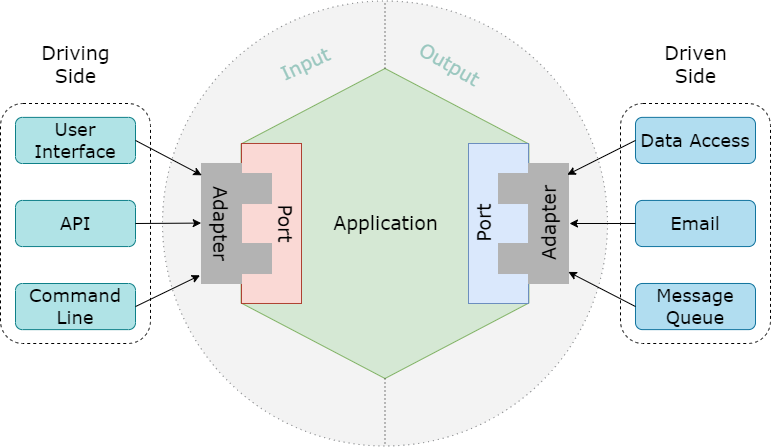
Earlier version of the draw.io export pic/六边形架构.drawio.png (guxdong/imgrepo). Source tidied: cells renumbered, new cells last; positions are measured from the earlier drawing's top-left corner, leaving out a move shared by most shapes. Source of this version:
```xml
<mxGraphModel>
  <root>
    <mxCell id="0" />
    <mxCell id="1" parent="0" />
    <mxCell id="2" style="rounded=1;whiteSpace=wrap;html=1;fillColor=none;dashed=1;" parent="1" vertex="1">
      <mxGeometry y="103" width="150" height="240" as="geometry" />
    </mxCell>
    <mxCell id="3" style="rounded=1;whiteSpace=wrap;html=1;fillColor=none;dashed=1;" parent="1" vertex="1">
      <mxGeometry x="620" y="103" width="150" height="240" as="geometry" />
    </mxCell>
    <mxCell id="4" style="ellipse;whiteSpace=wrap;html=1;fillColor=#eeeeee;strokeColor=#36393d;dashed=1;dashPattern=1 4;opacity=70;fontSize=19;fontStyle=0;fontFamily=Verdana;" parent="1" vertex="1">
      <mxGeometry x="162" y="0.5" width="445" height="445" as="geometry" />
    </mxCell>
    <mxCell id="5" style="shape=hexagon;perimeter=hexagonPerimeter2;whiteSpace=wrap;html=1;fixedSize=1;size=75.5;rotation=90;fillColor=#d5e8d4;strokeColor=#82b366;fontSize=19;fontStyle=0;fontFamily=Verdana;" parent="1" vertex="1">
      <mxGeometry x="229.5" y="79.1" width="310" height="287.8" as="geometry" />
    </mxCell>
    <mxCell id="6" style="endArrow=none;dashed=1;html=1;dashPattern=1 3;strokeWidth=1;rounded=0;entryX=0.5;entryY=0;entryDx=0;entryDy=0;exitX=0;exitY=0.5;exitDx=0;exitDy=0;fontSize=19;fontStyle=0;fontFamily=Verdana;" parent="1" edge="1" source="5" target="4">
      <mxGeometry relative="1" as="geometry" />
    </mxCell>
    <mxCell id="7" style="endArrow=none;dashed=1;html=1;dashPattern=1 3;strokeWidth=1;rounded=0;exitX=1;exitY=0.5;exitDx=0;exitDy=0;entryX=0.5;entryY=1;entryDx=0;entryDy=0;fontSize=19;fontStyle=0;fontFamily=Verdana;" parent="1" edge="1" source="5" target="4">
      <mxGeometry relative="1" as="geometry" />
    </mxCell>
    <mxCell id="8" style="rounded=0;whiteSpace=wrap;html=1;fillColor=#fad9d5;strokeColor=#ae4132;fontSize=19;fontStyle=0;fontFamily=Verdana;" parent="1" vertex="1">
      <mxGeometry x="241" y="143" width="60" height="160" as="geometry" />
    </mxCell>
    <mxCell id="9" style="group;fillColor=none;glass=1;fontSize=19;fontStyle=0;fontFamily=Verdana;" parent="1" vertex="1">
      <mxGeometry x="201" y="163" width="119" height="120" as="geometry" />
    </mxCell>
    <mxCell id="10" style="rounded=0;whiteSpace=wrap;html=1;fillColor=#B3B3B3;strokeColor=#B3B3B3;fontSize=19;fontStyle=0;fontFamily=Verdana;" parent="9" vertex="1">
      <mxGeometry x="40" y="10" width="30" height="30" as="geometry" />
    </mxCell>
    <mxCell id="11" style="rounded=0;whiteSpace=wrap;html=1;fillColor=#B3B3B3;strokeColor=#B3B3B3;fontSize=19;fontStyle=0;fontFamily=Verdana;" parent="9" vertex="1">
      <mxGeometry width="40" height="120" as="geometry" />
    </mxCell>
    <mxCell id="12" style="rounded=0;whiteSpace=wrap;html=1;fillColor=#B3B3B3;strokeColor=#B3B3B3;fontSize=19;fontStyle=0;fontFamily=Verdana;" parent="9" vertex="1">
      <mxGeometry x="40" y="80" width="30" height="30" as="geometry" />
    </mxCell>
    <mxCell id="13" value="Adapter" style="text;html=1;align=center;verticalAlign=middle;points=[];strokeColor=none;fillColor=none;rotation=90;fontSize=19;fontStyle=0;fontFamily=Verdana;" parent="9" vertex="1">
      <mxGeometry x="-31" y="40" width="100" height="40" as="geometry" />
    </mxCell>
    <mxCell id="14" value="Port" style="text;html=1;align=center;verticalAlign=middle;strokeColor=none;fillColor=none;rotation=90;fontSize=19;fontStyle=0;fontFamily=Verdana;" parent="9" vertex="1">
      <mxGeometry x="54" y="40" width="60" height="40" as="geometry" />
    </mxCell>
    <mxCell id="15" style="group;rotation=-180;fontSize=19;fontStyle=0;fontFamily=Verdana;" parent="1" vertex="1">
      <mxGeometry x="468" y="143" width="136" height="160" as="geometry" />
    </mxCell>
    <mxCell id="16" style="rounded=0;whiteSpace=wrap;html=1;fillColor=#dae8fc;strokeColor=#6c8ebf;fontSize=19;direction=west;rotation=-180;fontStyle=0;fontFamily=Verdana;" parent="15" vertex="1">
      <mxGeometry width="60" height="160" as="geometry" />
    </mxCell>
    <mxCell id="17" style="group;fillColor=none;glass=1;fontSize=19;direction=west;rotation=-180;fontStyle=0;fontFamily=Verdana;" parent="15" vertex="1">
      <mxGeometry x="30" y="20" width="106" height="120" as="geometry" />
    </mxCell>
    <mxCell id="18" style="rounded=0;whiteSpace=wrap;html=1;fillColor=#B3B3B3;strokeColor=#B3B3B3;fontSize=19;direction=west;rotation=-180;fontStyle=0;fontFamily=Verdana;" parent="17" vertex="1">
      <mxGeometry y="80" width="30" height="30" as="geometry" />
    </mxCell>
    <mxCell id="19" style="rounded=0;whiteSpace=wrap;html=1;fillColor=#B3B3B3;strokeColor=#B3B3B3;fontSize=19;direction=west;rotation=-180;fontStyle=0;fontFamily=Verdana;" parent="17" vertex="1">
      <mxGeometry x="30" width="40" height="120" as="geometry" />
    </mxCell>
    <mxCell id="20" style="rounded=0;whiteSpace=wrap;html=1;fillColor=#B3B3B3;strokeColor=#B3B3B3;fontSize=19;direction=west;rotation=-180;fontStyle=0;fontFamily=Verdana;" parent="17" vertex="1">
      <mxGeometry y="10" width="30" height="30" as="geometry" />
    </mxCell>
    <mxCell id="21" value="Adapter" style="text;html=1;align=center;verticalAlign=middle;points=[];strokeColor=none;fillColor=none;rotation=-90;fontSize=19;fontStyle=0;fontFamily=Verdana;" parent="17" vertex="1">
      <mxGeometry x="1" y="40" width="100" height="40" as="geometry" />
    </mxCell>
    <mxCell id="22" value="Port" style="text;html=1;align=center;verticalAlign=middle;strokeColor=none;fillColor=none;rotation=-90;fontSize=19;fontStyle=0;fontFamily=Verdana;" parent="15" vertex="1">
      <mxGeometry x="-14" y="60" width="60" height="40" as="geometry" />
    </mxCell>
    <mxCell id="23" value="&lt;font style=&quot;font-size: 19px;&quot;&gt;Application&lt;/font&gt;" style="text;html=1;align=center;verticalAlign=middle;strokeColor=none;fillColor=none;fontColor=#000000;fontSize=19;fontStyle=0;fontFamily=Verdana;" parent="1" vertex="1">
      <mxGeometry x="319.5" y="203" width="130" height="40" as="geometry" />
    </mxCell>
    <mxCell id="24" value="Input" style="text;html=1;align=center;verticalAlign=middle;strokeColor=none;fillColor=none;fontColor=#9AC7BF;fontSize=19;rotation=-25;fontStyle=0;fontFamily=Verdana;" parent="1" vertex="1">
      <mxGeometry x="269.5" y="44.1" width="70" height="40" as="geometry" />
    </mxCell>
    <mxCell id="25" value="Output" style="text;html=1;align=center;verticalAlign=middle;strokeColor=none;fillColor=none;fontColor=#9AC7BF;fontSize=19;rotation=30;fontStyle=0;fontFamily=Verdana;" parent="1" vertex="1">
      <mxGeometry x="404" y="44.1" width="90" height="40" as="geometry" />
    </mxCell>
    <mxCell id="26" value="Driving&lt;br&gt;Side" style="text;html=1;align=center;verticalAlign=middle;strokeColor=none;fillColor=none;fontSize=19;fontStyle=0;fontFamily=Verdana;" parent="1" vertex="1">
      <mxGeometry x="30" y="34.1" width="90" height="60" as="geometry" />
    </mxCell>
    <mxCell id="27" value="Driven&lt;br&gt;Side" style="text;html=1;align=center;verticalAlign=middle;strokeColor=none;fillColor=none;fontSize=19;fontStyle=0;fontFamily=Verdana;" parent="1" vertex="1">
      <mxGeometry x="650" y="34.1" width="90" height="60" as="geometry" />
    </mxCell>
    <mxCell id="28" value="&lt;font&gt;Data Access&lt;/font&gt;" style="rounded=1;whiteSpace=wrap;html=1;fontSize=18;fontFamily=Verdana;fillColor=#b1ddf0;strokeColor=#10739e;" parent="1" vertex="1">
      <mxGeometry x="635" y="116.9" width="120" height="46.1" as="geometry" />
    </mxCell>
    <mxCell id="29" value="&lt;font&gt;Email&lt;/font&gt;" style="rounded=1;whiteSpace=wrap;html=1;fontSize=18;fontFamily=Verdana;fillColor=#b1ddf0;strokeColor=#10739e;" parent="1" vertex="1">
      <mxGeometry x="635" y="199.9" width="120" height="46.1" as="geometry" />
    </mxCell>
    <mxCell id="30" value="&lt;font&gt;Message Queue&lt;/font&gt;" style="rounded=1;whiteSpace=wrap;html=1;fontSize=18;fontFamily=Verdana;fillColor=#b1ddf0;strokeColor=#10739e;" parent="1" vertex="1">
      <mxGeometry x="635" y="283" width="120" height="46.1" as="geometry" />
    </mxCell>
    <mxCell id="31" value="&lt;font&gt;User Interface&lt;/font&gt;" style="rounded=1;whiteSpace=wrap;html=1;fontSize=18;fontFamily=Verdana;fillColor=#b0e3e6;strokeColor=#0e8088;" parent="1" vertex="1">
      <mxGeometry x="15" y="116.9" width="120" height="46.1" as="geometry" />
    </mxCell>
    <mxCell id="32" value="&lt;font&gt;API&lt;/font&gt;" style="rounded=1;whiteSpace=wrap;html=1;fontSize=18;fontFamily=Verdana;fillColor=#b0e3e6;strokeColor=#0e8088;" parent="1" vertex="1">
      <mxGeometry x="15" y="199.9" width="120" height="46.1" as="geometry" />
    </mxCell>
    <mxCell id="33" value="Command Line" style="rounded=1;whiteSpace=wrap;html=1;fontSize=18;fontFamily=Verdana;fillColor=#b0e3e6;strokeColor=#0e8088;" parent="1" vertex="1">
      <mxGeometry x="15" y="283" width="120" height="46.1" as="geometry" />
    </mxCell>
    <mxCell id="34" style="endArrow=classic;html=1;rounded=0;exitX=1;exitY=0.5;exitDx=0;exitDy=0;entryX=0.018;entryY=0.969;entryDx=0;entryDy=0;entryPerimeter=0;" parent="1" edge="1" source="31" target="13">
      <mxGeometry relative="1" as="geometry" />
    </mxCell>
    <mxCell id="35" style="endArrow=classic;html=1;rounded=0;entryX=0.496;entryY=0.983;entryDx=0;entryDy=0;entryPerimeter=0;exitX=1;exitY=0.5;exitDx=0;exitDy=0;" parent="1" edge="1" source="32" target="13">
      <mxGeometry relative="1" as="geometry" />
    </mxCell>
    <mxCell id="36" style="endArrow=classic;html=1;rounded=0;entryX=1.018;entryY=1.011;entryDx=0;entryDy=0;entryPerimeter=0;exitX=1;exitY=0.5;exitDx=0;exitDy=0;" parent="1" edge="1" source="33" target="13">
      <mxGeometry relative="1" as="geometry" />
    </mxCell>
    <mxCell id="37" style="endArrow=classic;html=1;rounded=0;entryX=0.988;entryY=0.945;entryDx=0;entryDy=0;entryPerimeter=0;exitX=0;exitY=0.5;exitDx=0;exitDy=0;" parent="1" edge="1" source="28" target="21">
      <mxGeometry relative="1" as="geometry" />
    </mxCell>
    <mxCell id="38" style="endArrow=classic;html=1;rounded=0;entryX=0.016;entryY=0.972;entryDx=0;entryDy=0;entryPerimeter=0;exitX=0;exitY=0.5;exitDx=0;exitDy=0;" parent="1" edge="1" source="30" target="21">
      <mxGeometry relative="1" as="geometry" />
    </mxCell>
    <mxCell id="39" style="endArrow=classic;html=1;rounded=0;exitX=0;exitY=0.5;exitDx=0;exitDy=0;" parent="1" edge="1" source="29" target="21">
      <mxGeometry relative="1" as="geometry" />
    </mxCell>
  </root>
</mxGraphModel>
```
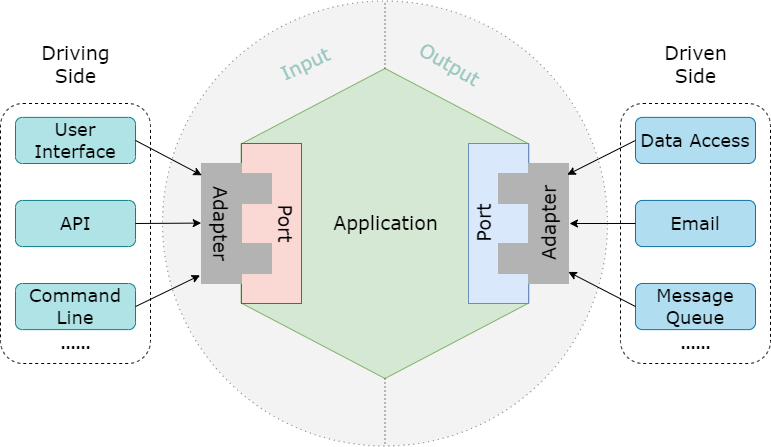
After the change.

Commit message:
更新六边形架构.drawio.png

What changed in the source:
```diff
@@ -3,10 +3,10 @@
     <mxCell id="0" />
     <mxCell id="1" parent="0" />
     <mxCell id="2" style="rounded=1;whiteSpace=wrap;html=1;fillColor=none;dashed=1;" parent="1" vertex="1">
-      <mxGeometry y="103" width="150" height="240" as="geometry" />
+      <mxGeometry y="103" width="150" height="260" as="geometry" />
     </mxCell>
     <mxCell id="3" style="rounded=1;whiteSpace=wrap;html=1;fillColor=none;dashed=1;" parent="1" vertex="1">
-      <mxGeometry x="620" y="103" width="150" height="240" as="geometry" />
+      <mxGeometry x="620" y="103" width="150" height="260" as="geometry" />
     </mxCell>
     <mxCell id="4" style="ellipse;whiteSpace=wrap;html=1;fillColor=#eeeeee;strokeColor=#36393d;dashed=1;dashPattern=1 4;opacity=70;fontSize=19;fontStyle=0;fontFamily=Verdana;" parent="1" vertex="1">
       <mxGeometry x="162" y="0.5" width="445" height="445" as="geometry" />
@@ -116,5 +116,11 @@
     <mxCell id="39" style="endArrow=classic;html=1;rounded=0;exitX=0;exitY=0.5;exitDx=0;exitDy=0;" parent="1" edge="1" source="29" target="21">
       <mxGeometry relative="1" as="geometry" />
     </mxCell>
+    <mxCell id="40" value="&lt;span style=&quot;font-size: 18px;&quot;&gt;&lt;b&gt;......&lt;/b&gt;&lt;/span&gt;" style="text;html=1;align=center;verticalAlign=middle;strokeColor=none;fillColor=none;" parent="1" vertex="1">
+      <mxGeometry x="670" y="323" width="50" height="40" as="geometry" />
+    </mxCell>
+    <mxCell id="41" value="&lt;span style=&quot;font-size: 18px;&quot;&gt;&lt;b&gt;......&lt;/b&gt;&lt;/span&gt;" style="text;html=1;align=center;verticalAlign=middle;strokeColor=none;fillColor=none;" parent="1" vertex="1">
+      <mxGeometry x="50" y="323" width="50" height="40" as="geometry" />
+    </mxCell>
   </root>
 </mxGraphModel>
```
